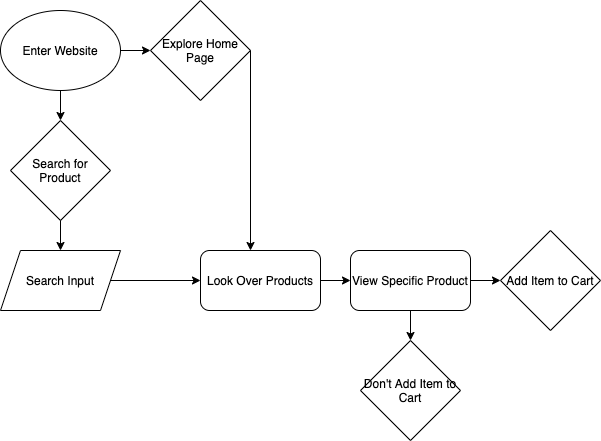
This is part2/part2.drawio.png from cyxiong16/sp21-cse110-lab4, a draw.io export, as it was before one commit. Source tidied: cells renumbered, new cells last; positions are measured from the earlier drawing's top-left corner, leaving out a move shared by most shapes.
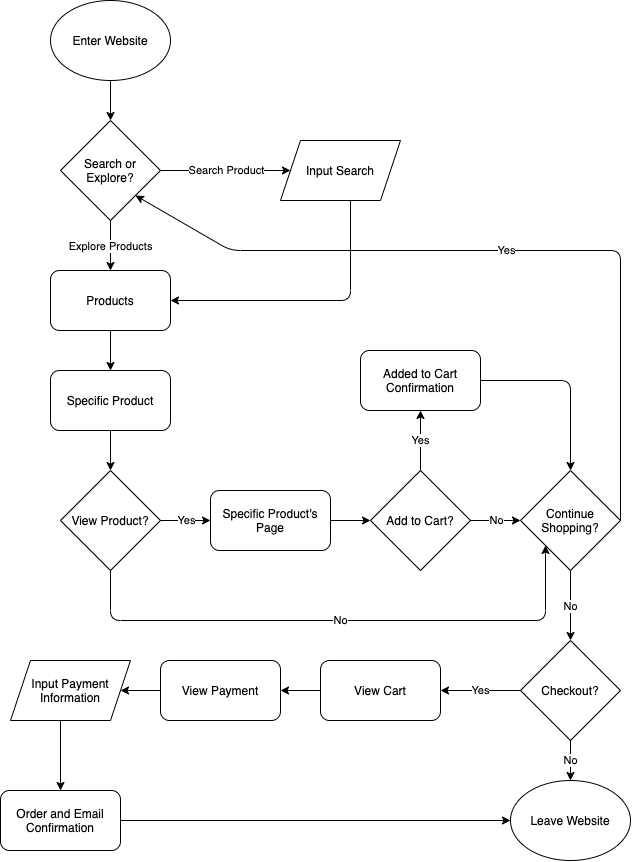
The same file after the commit.

Commit message:
completed part 2 flow chart

Change to the diagram source:
```diff
@@ -5,66 +5,155 @@
     <mxCell id="2" value="Enter Website" style="ellipse;whiteSpace=wrap;html=1;" parent="1" vertex="1">
       <mxGeometry y="10" width="120" height="80" as="geometry" />
     </mxCell>
-    <mxCell id="3" style="endArrow=classic;html=1;exitX=0.5;exitY=1;exitDx=0;exitDy=0;" parent="1" edge="1" source="2">
-      <mxGeometry relative="1" as="geometry">
-        <mxPoint x="60" y="120" as="targetPoint" />
-      </mxGeometry>
-    </mxCell>
-    <mxCell id="4" style="endArrow=classic;html=1;exitX=1;exitY=0.5;exitDx=0;exitDy=0;" parent="1" edge="1" source="2">
+    <mxCell id="4" style="endArrow=classic;html=1;exitX=0.5;exitY=1;exitDx=0;exitDy=0;" parent="1" edge="1" source="2">
       <mxGeometry relative="1" as="geometry">
-        <mxPoint x="150" y="50" as="targetPoint" />
+        <mxPoint x="60" y="130" as="targetPoint" />
       </mxGeometry>
     </mxCell>
-    <mxCell id="5" style="endArrow=classic;html=1;exitX=0.5;exitY=1;exitDx=0;exitDy=0;" parent="1" edge="1" target="6">
-      <mxGeometry relative="1" as="geometry">
-        <mxPoint x="60" y="180" as="sourcePoint" />
-      </mxGeometry>
-    </mxCell>
-    <mxCell id="6" value="Search Input" style="shape=parallelogram;perimeter=parallelogramPerimeter;whiteSpace=wrap;html=1;fixedSize=1;" parent="1" vertex="1">
-      <mxGeometry y="250" width="120" height="60" as="geometry" />
-    </mxCell>
-    <mxCell id="7" value="Explore Home Page" style="rhombus;whiteSpace=wrap;html=1;" parent="1" vertex="1">
-      <mxGeometry x="150" width="100" height="100" as="geometry" />
+    <mxCell id="7" value="Search or Explore?" style="rhombus;whiteSpace=wrap;html=1;" parent="1" vertex="1">
+      <mxGeometry x="10" y="130" width="100" height="100" as="geometry" />
     </mxCell>
-    <mxCell id="8" value="Search for Product" style="rhombus;whiteSpace=wrap;html=1;" parent="1" vertex="1">
-      <mxGeometry x="10" y="120" width="100" height="100" as="geometry" />
-    </mxCell>
-    <mxCell id="9" style="endArrow=classic;html=1;exitX=1;exitY=0.5;exitDx=0;exitDy=0;" parent="1" edge="1" source="7">
-      <mxGeometry relative="1" as="geometry">
-        <mxPoint x="250" y="250" as="targetPoint" />
-      </mxGeometry>
-    </mxCell>
-    <mxCell id="10" style="endArrow=classic;html=1;exitX=1;exitY=0.5;exitDx=0;exitDy=0;" parent="1" edge="1" source="6">
-      <mxGeometry relative="1" as="geometry">
-        <mxPoint x="200" y="280" as="targetPoint" />
-      </mxGeometry>
-    </mxCell>
-    <mxCell id="11" value="Look Over Products" style="rounded=1;whiteSpace=wrap;html=1;" parent="1" vertex="1">
-      <mxGeometry x="200" y="250" width="120" height="60" as="geometry" />
-    </mxCell>
-    <mxCell id="12" style="endArrow=classic;html=1;exitX=1;exitY=0.5;exitDx=0;exitDy=0;" parent="1" edge="1" source="11">
-      <mxGeometry relative="1" as="geometry">
-        <mxPoint x="350" y="280" as="targetPoint" />
-      </mxGeometry>
-    </mxCell>
-    <mxCell id="13" value="View Specific Product" style="rounded=1;whiteSpace=wrap;html=1;" parent="1" vertex="1">
-      <mxGeometry x="350" y="250" width="120" height="60" as="geometry" />
-    </mxCell>
-    <mxCell id="14" style="endArrow=classic;html=1;exitX=1;exitY=0.5;exitDx=0;exitDy=0;" parent="1" edge="1" source="13">
-      <mxGeometry relative="1" as="geometry">
-        <mxPoint x="500" y="280" as="targetPoint" />
-      </mxGeometry>
-    </mxCell>
-    <mxCell id="15" value="Add Item to Cart" style="rhombus;whiteSpace=wrap;html=1;" parent="1" vertex="1">
-      <mxGeometry x="500" y="230" width="100" height="100" as="geometry" />
-    </mxCell>
-    <mxCell id="16" style="endArrow=classic;html=1;exitX=0.5;exitY=1;exitDx=0;exitDy=0;" parent="1" edge="1" source="13">
-      <mxGeometry relative="1" as="geometry">
-        <mxPoint x="410" y="340" as="targetPoint" />
-      </mxGeometry>
-    </mxCell>
-    <mxCell id="17" value="Don't Add Item to Cart" style="rhombus;whiteSpace=wrap;html=1;" parent="1" vertex="1">
-      <mxGeometry x="360" y="340" width="100" height="100" as="geometry" />
-    </mxCell>
+    <mxCell id="18" value="Search Product" style="endArrow=classic;html=1;exitX=1;exitY=0.5;exitDx=0;exitDy=0;" parent="1" edge="1" source="7">
+      <mxGeometry relative="1" as="geometry">
+        <mxPoint x="240" y="180" as="targetPoint" />
+      </mxGeometry>
+    </mxCell>
+    <mxCell id="19" value="Explore Products" style="endArrow=classic;html=1;exitX=0.5;exitY=1;exitDx=0;exitDy=0;" parent="1" edge="1" source="7">
+      <mxGeometry relative="1" as="geometry">
+        <mxPoint x="60" y="280" as="targetPoint" />
+      </mxGeometry>
+    </mxCell>
+    <mxCell id="20" value="Products" style="rounded=1;whiteSpace=wrap;html=1;" parent="1" vertex="1">
+      <mxGeometry y="280" width="120" height="60" as="geometry" />
+    </mxCell>
+    <mxCell id="21" style="endArrow=classic;html=1;exitX=0.5;exitY=1;exitDx=0;exitDy=0;" parent="1" edge="1" source="20">
+      <mxGeometry relative="1" as="geometry">
+        <mxPoint x="60" y="380" as="targetPoint" />
+      </mxGeometry>
+    </mxCell>
+    <mxCell id="22" value="Specific Product" style="rounded=1;whiteSpace=wrap;html=1;" parent="1" vertex="1">
+      <mxGeometry y="380" width="120" height="60" as="geometry" />
+    </mxCell>
+    <mxCell id="23" style="endArrow=classic;html=1;exitX=0.5;exitY=1;exitDx=0;exitDy=0;" parent="1" edge="1" source="22">
+      <mxGeometry relative="1" as="geometry">
+        <mxPoint x="60" y="480" as="targetPoint" />
+      </mxGeometry>
+    </mxCell>
+    <mxCell id="24" value="View Product?" style="rhombus;whiteSpace=wrap;html=1;" parent="1" vertex="1">
+      <mxGeometry x="10" y="480" width="100" height="100" as="geometry" />
+    </mxCell>
+    <mxCell id="25" value="Yes" style="endArrow=classic;html=1;exitX=1;exitY=0.5;exitDx=0;exitDy=0;" parent="1" edge="1" source="24">
+      <mxGeometry relative="1" as="geometry">
+        <mxPoint x="160" y="530" as="targetPoint" />
+      </mxGeometry>
+    </mxCell>
+    <mxCell id="26" value="Specific Product's Page" style="rounded=1;whiteSpace=wrap;html=1;" parent="1" vertex="1">
+      <mxGeometry x="160" y="500" width="120" height="60" as="geometry" />
+    </mxCell>
+    <mxCell id="27" style="endArrow=classic;html=1;exitX=1;exitY=0.5;exitDx=0;exitDy=0;" parent="1" edge="1" source="26">
+      <mxGeometry relative="1" as="geometry">
+        <mxPoint x="320" y="530" as="targetPoint" />
+      </mxGeometry>
+    </mxCell>
+    <mxCell id="28" value="Add to Cart?" style="rhombus;whiteSpace=wrap;html=1;" parent="1" vertex="1">
+      <mxGeometry x="320" y="480" width="100" height="100" as="geometry" />
+    </mxCell>
+    <mxCell id="29" value="Yes" style="endArrow=classic;html=1;exitX=0.5;exitY=0;exitDx=0;exitDy=0;" parent="1" edge="1" source="28">
+      <mxGeometry relative="1" as="geometry">
+        <mxPoint x="370" y="420" as="targetPoint" />
+      </mxGeometry>
+    </mxCell>
+    <mxCell id="30" value="Added to Cart Confirmation" style="rounded=1;whiteSpace=wrap;html=1;" parent="1" vertex="1">
+      <mxGeometry x="310" y="360" width="120" height="60" as="geometry" />
+    </mxCell>
+    <mxCell id="31" value="Continue Shopping?" style="rhombus;whiteSpace=wrap;html=1;" parent="1" vertex="1">
+      <mxGeometry x="470" y="480" width="100" height="100" as="geometry" />
+    </mxCell>
+    <mxCell id="32" value="No" style="endArrow=classic;html=1;exitX=1;exitY=0.5;exitDx=0;exitDy=0;" parent="1" edge="1" source="28" target="31">
+      <mxGeometry relative="1" as="geometry" />
+    </mxCell>
+    <mxCell id="33" style="endArrow=classic;html=1;exitX=1;exitY=0.5;exitDx=0;exitDy=0;entryX=0.5;entryY=0;entryDx=0;entryDy=0;" parent="1" edge="1" source="30" target="31">
+      <mxGeometry relative="1" as="geometry">
+        <Array as="points">
+          <mxPoint x="520" y="390" />
+        </Array>
+      </mxGeometry>
+    </mxCell>
+    <mxCell id="34" value="Yes" style="endArrow=classic;html=1;exitX=1;exitY=0.5;exitDx=0;exitDy=0;entryX=1;entryY=1;entryDx=0;entryDy=0;" parent="1" edge="1" source="31" target="7">
+      <mxGeometry relative="1" as="geometry">
+        <Array as="points">
+          <mxPoint x="570" y="260" />
+          <mxPoint x="180" y="260" />
+        </Array>
+      </mxGeometry>
+    </mxCell>
+    <mxCell id="35" style="endArrow=classic;html=1;exitX=0.5;exitY=1;exitDx=0;exitDy=0;entryX=1;entryY=0.5;entryDx=0;entryDy=0;" parent="1" edge="1" target="20">
+      <mxGeometry relative="1" as="geometry">
+        <mxPoint x="300" y="210" as="sourcePoint" />
+        <Array as="points">
+          <mxPoint x="300" y="310" />
+        </Array>
+      </mxGeometry>
+    </mxCell>
+    <mxCell id="36" value="No" style="endArrow=classic;html=1;exitX=0.5;exitY=1;exitDx=0;exitDy=0;" parent="1" edge="1" source="31">
+      <mxGeometry relative="1" as="geometry">
+        <mxPoint x="520" y="650" as="targetPoint" />
+      </mxGeometry>
+    </mxCell>
+    <mxCell id="37" value="Checkout?" style="rhombus;whiteSpace=wrap;html=1;" parent="1" vertex="1">
+      <mxGeometry x="470" y="650" width="100" height="100" as="geometry" />
+    </mxCell>
+    <mxCell id="38" value="Yes" style="endArrow=classic;html=1;exitX=0;exitY=0.5;exitDx=0;exitDy=0;" parent="1" edge="1" source="37">
+      <mxGeometry relative="1" as="geometry">
+        <mxPoint x="390" y="700" as="targetPoint" />
+      </mxGeometry>
+    </mxCell>
+    <mxCell id="39" value="View Cart" style="rounded=1;whiteSpace=wrap;html=1;" parent="1" vertex="1">
+      <mxGeometry x="270" y="670" width="120" height="60" as="geometry" />
+    </mxCell>
+    <mxCell id="40" style="endArrow=classic;html=1;exitX=0;exitY=0.5;exitDx=0;exitDy=0;" parent="1" edge="1" source="39">
+      <mxGeometry relative="1" as="geometry">
+        <mxPoint x="230" y="700" as="targetPoint" />
+      </mxGeometry>
+    </mxCell>
+    <mxCell id="41" value="View Payment" style="rounded=1;whiteSpace=wrap;html=1;" parent="1" vertex="1">
+      <mxGeometry x="110" y="670" width="120" height="60" as="geometry" />
+    </mxCell>
+    <mxCell id="42" style="endArrow=classic;html=1;exitX=0;exitY=0.5;exitDx=0;exitDy=0;" parent="1" edge="1" source="41">
+      <mxGeometry relative="1" as="geometry">
+        <mxPoint x="70" y="700" as="targetPoint" />
+      </mxGeometry>
+    </mxCell>
+    <mxCell id="43" style="endArrow=classic;html=1;exitX=0.5;exitY=1;exitDx=0;exitDy=0;entryX=0.5;entryY=0;entryDx=0;entryDy=0;" parent="1" edge="1" target="44">
+      <mxGeometry relative="1" as="geometry">
+        <mxPoint x="10" y="730" as="sourcePoint" />
+      </mxGeometry>
+    </mxCell>
+    <mxCell id="44" value="Order and Email Confirmation" style="rounded=1;whiteSpace=wrap;html=1;" parent="1" vertex="1">
+      <mxGeometry x="-50" y="800" width="120" height="60" as="geometry" />
+    </mxCell>
+    <mxCell id="45" style="endArrow=classic;html=1;exitX=1;exitY=0.5;exitDx=0;exitDy=0;entryX=0;entryY=0.5;entryDx=0;entryDy=0;" parent="1" edge="1" source="44" target="50">
+      <mxGeometry relative="1" as="geometry" />
+    </mxCell>
+    <mxCell id="46" value="No" style="endArrow=classic;html=1;exitX=0.5;exitY=1;exitDx=0;exitDy=0;entryX=0.5;entryY=0;entryDx=0;entryDy=0;" parent="1" edge="1" source="37" target="50">
+      <mxGeometry relative="1" as="geometry" />
+    </mxCell>
+    <mxCell id="47" value="No" style="endArrow=classic;html=1;exitX=0.5;exitY=1;exitDx=0;exitDy=0;entryX=0;entryY=1;entryDx=0;entryDy=0;" parent="1" edge="1" source="24" target="31">
+      <mxGeometry relative="1" as="geometry">
+        <Array as="points">
+          <mxPoint x="60" y="630" />
+          <mxPoint x="495" y="630" />
+        </Array>
+      </mxGeometry>
+    </mxCell>
+    <mxCell id="48" value="Input Search" style="shape=parallelogram;perimeter=parallelogramPerimeter;whiteSpace=wrap;html=1;fixedSize=1;" parent="1" vertex="1">
+      <mxGeometry x="230" y="150" width="120" height="60" as="geometry" />
+    </mxCell>
+    <mxCell id="49" value="Input Payment Information" style="shape=parallelogram;perimeter=parallelogramPerimeter;whiteSpace=wrap;html=1;fixedSize=1;" parent="1" vertex="1">
+      <mxGeometry x="-40" y="670" width="120" height="60" as="geometry" />
+    </mxCell>
+    <mxCell id="50" value="Leave Website" style="ellipse;whiteSpace=wrap;html=1;" parent="1" vertex="1">
+      <mxGeometry x="460" y="790" width="120" height="80" as="geometry" />
+    </mxCell>
   </root>
 </mxGraphModel>
```
